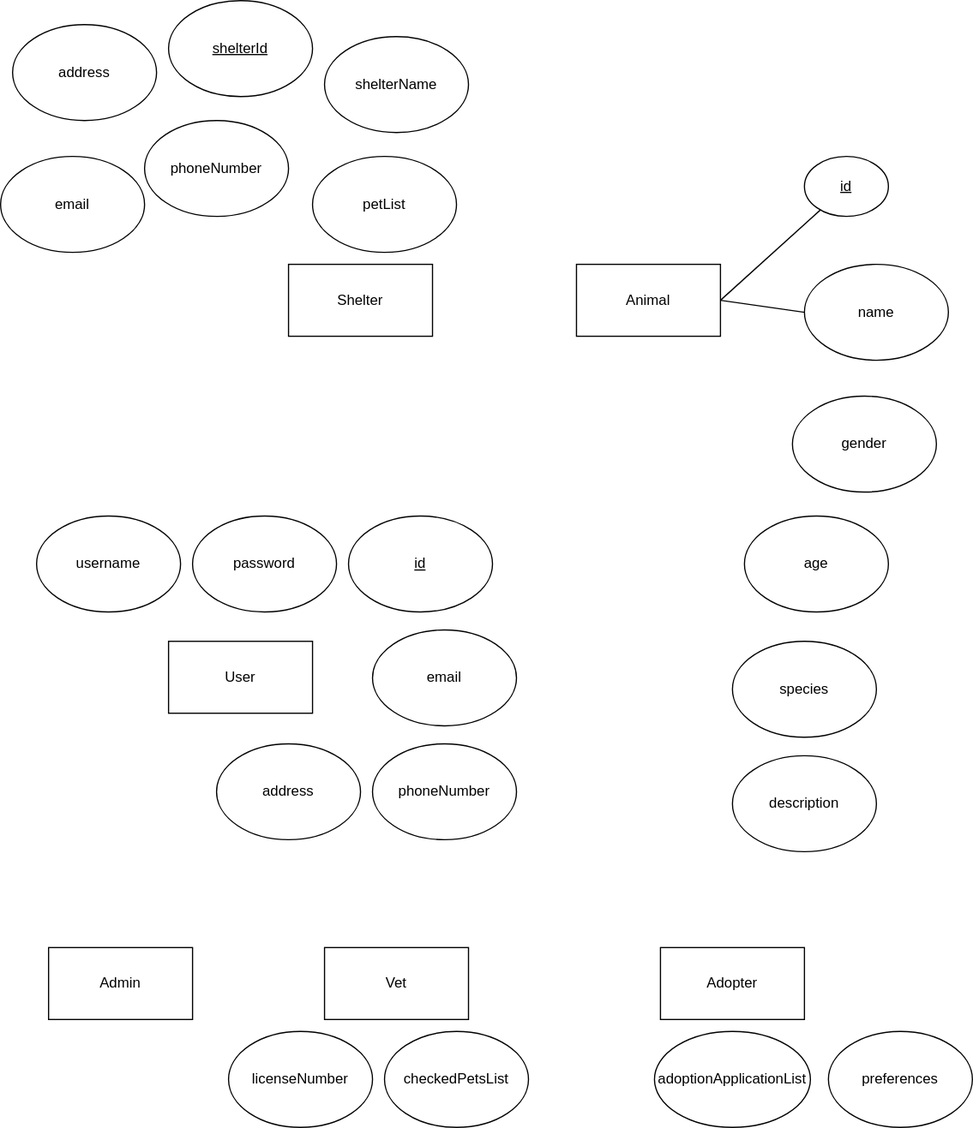
This is ERdiagram.drawio.svg from Thomaskald/DistributedSystems, a draw.io export, as it was before one commit. Source tidied: cells renumbered, new cells last; positions are measured from the earlier drawing's top-left corner, leaving out a move shared by most shapes.
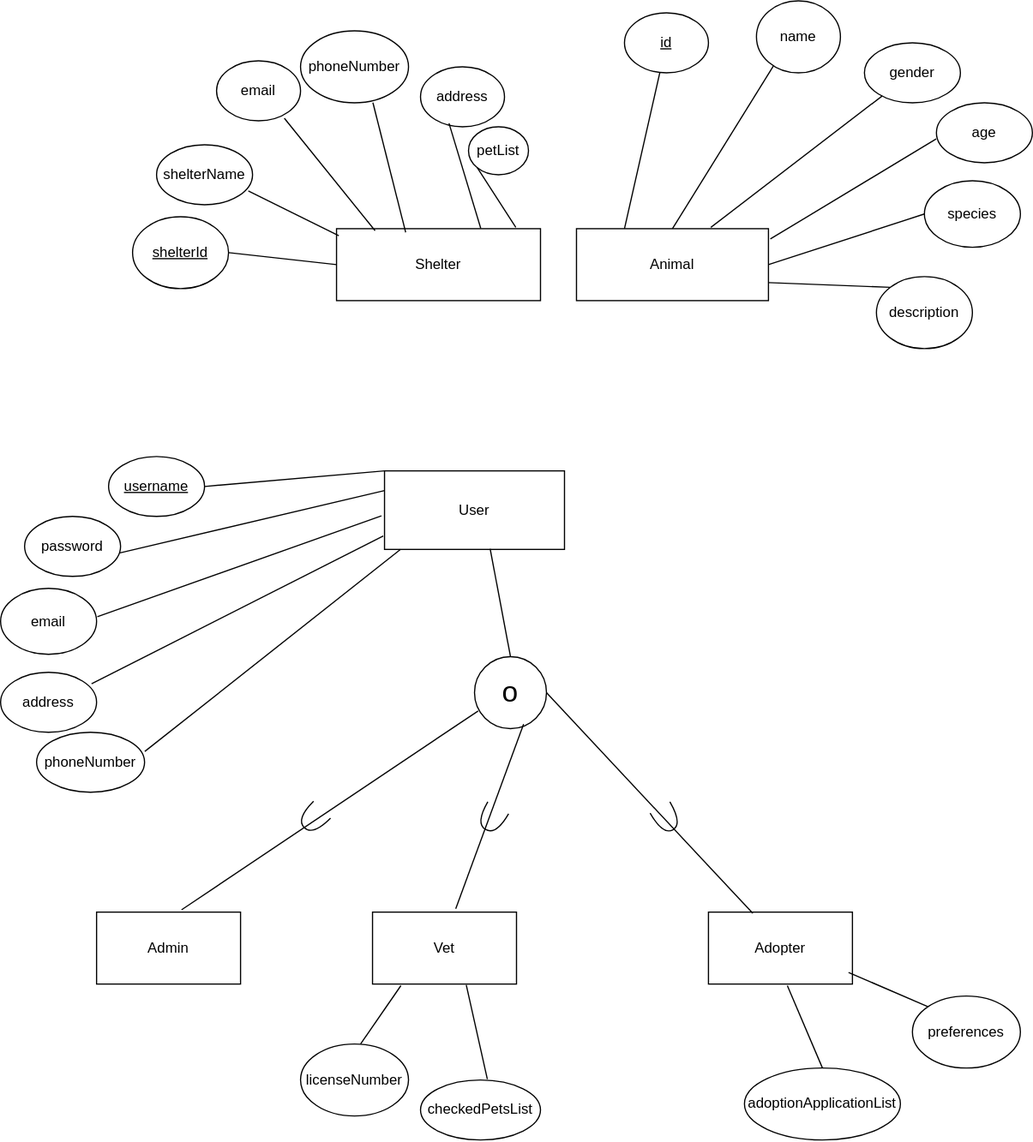
After the commit.

Change to the diagram source:
```diff
@@ -1,75 +1,72 @@
-<mxGraphModel>
+<mxGraphModel background="#ffffff">
   <root>
     <mxCell id="0" />
     <mxCell id="1" parent="0" />
     <mxCell id="2" value="Shelter" style="rounded=0;whiteSpace=wrap;html=1;" parent="1" vertex="1">
-      <mxGeometry x="240" y="220" width="120" height="60" as="geometry" />
+      <mxGeometry x="240" y="220" width="170" height="60" as="geometry" />
     </mxCell>
     <mxCell id="3" value="Animal" style="rounded=0;whiteSpace=wrap;html=1;" parent="1" vertex="1">
-      <mxGeometry x="480" y="220" width="120" height="60" as="geometry" />
+      <mxGeometry x="440" y="220" width="160" height="60" as="geometry" />
     </mxCell>
     <mxCell id="4" value="&lt;u&gt;id&lt;/u&gt;" style="ellipse;whiteSpace=wrap;html=1;" parent="1" vertex="1">
-      <mxGeometry x="670" y="130" width="70" height="50" as="geometry" />
+      <mxGeometry x="480" y="40" width="70" height="50" as="geometry" />
     </mxCell>
     <mxCell id="5" value="name" style="ellipse;whiteSpace=wrap;html=1;" parent="1" vertex="1">
-      <mxGeometry x="670" y="220" width="120" height="80" as="geometry" />
+      <mxGeometry x="590" y="30" width="70" height="60" as="geometry" />
     </mxCell>
     <mxCell id="6" value="gender" style="ellipse;whiteSpace=wrap;html=1;" parent="1" vertex="1">
-      <mxGeometry x="660" y="330" width="120" height="80" as="geometry" />
+      <mxGeometry x="680" y="65" width="80" height="50" as="geometry" />
     </mxCell>
     <mxCell id="7" value="age" style="ellipse;whiteSpace=wrap;html=1;" parent="1" vertex="1">
-      <mxGeometry x="620" y="430" width="120" height="80" as="geometry" />
+      <mxGeometry x="740" y="115" width="80" height="50" as="geometry" />
     </mxCell>
     <mxCell id="8" value="species" style="ellipse;whiteSpace=wrap;html=1;" parent="1" vertex="1">
-      <mxGeometry x="610" y="534.5" width="120" height="80" as="geometry" />
+      <mxGeometry x="730" y="180" width="80" height="55.5" as="geometry" />
     </mxCell>
     <mxCell id="9" value="description" style="ellipse;whiteSpace=wrap;html=1;" parent="1" vertex="1">
-      <mxGeometry x="610" y="630" width="120" height="80" as="geometry" />
+      <mxGeometry x="690" y="260" width="80" height="60" as="geometry" />
     </mxCell>
-    <mxCell id="10" style="endArrow=none;html=1;rounded=0;exitX=1;exitY=0.5;exitDx=0;exitDy=0;" parent="1" edge="1" source="3" target="4">
+    <mxCell id="10" style="endArrow=none;html=1;rounded=0;exitX=0.25;exitY=0;exitDx=0;exitDy=0;" parent="1" edge="1" source="3" target="4">
       <mxGeometry relative="1" as="geometry" />
     </mxCell>
-    <mxCell id="11" style="endArrow=none;html=1;rounded=0;entryX=0;entryY=0.5;entryDx=0;entryDy=0;exitX=1;exitY=0.5;exitDx=0;exitDy=0;" parent="1" edge="1" source="3" target="5">
+    <mxCell id="11" style="endArrow=none;html=1;rounded=0;entryX=0.201;entryY=0.905;entryDx=0;entryDy=0;exitX=0.5;exitY=0;exitDx=0;exitDy=0;entryPerimeter=0;" parent="1" edge="1" source="3" target="5">
       <mxGeometry relative="1" as="geometry" />
     </mxCell>
     <mxCell id="12" value="shelterName" style="ellipse;whiteSpace=wrap;html=1;" parent="1" vertex="1">
-      <mxGeometry x="270" y="30" width="120" height="80" as="geometry" />
+      <mxGeometry x="90" y="150" width="80" height="50" as="geometry" />
     </mxCell>
     <mxCell id="13" value="&lt;u&gt;shelterId&lt;/u&gt;" style="ellipse;whiteSpace=wrap;html=1;" parent="1" vertex="1">
-      <mxGeometry x="140" width="120" height="80" as="geometry" />
+      <mxGeometry x="70" y="210" width="80" height="60" as="geometry" />
     </mxCell>
     <mxCell id="14" value="address" style="ellipse;whiteSpace=wrap;html=1;" parent="1" vertex="1">
-      <mxGeometry x="10" y="20" width="120" height="80" as="geometry" />
+      <mxGeometry x="310" y="85" width="70" height="50" as="geometry" />
     </mxCell>
     <mxCell id="15" value="phoneNumber" style="ellipse;whiteSpace=wrap;html=1;" parent="1" vertex="1">
-      <mxGeometry x="120" y="100" width="120" height="80" as="geometry" />
+      <mxGeometry x="210" y="55" width="90" height="60" as="geometry" />
     </mxCell>
     <mxCell id="16" value="email" style="ellipse;whiteSpace=wrap;html=1;" parent="1" vertex="1">
-      <mxGeometry y="130" width="120" height="80" as="geometry" />
+      <mxGeometry x="140" y="80" width="70" height="50" as="geometry" />
     </mxCell>
     <mxCell id="17" value="petList" style="ellipse;whiteSpace=wrap;html=1;" parent="1" vertex="1">
-      <mxGeometry x="260" y="130" width="120" height="80" as="geometry" />
+      <mxGeometry x="350" y="135" width="50" height="40" as="geometry" />
     </mxCell>
     <mxCell id="18" value="User" style="rounded=0;whiteSpace=wrap;html=1;" parent="1" vertex="1">
-      <mxGeometry x="140" y="534.5" width="120" height="60" as="geometry" />
+      <mxGeometry x="280" y="422" width="150" height="65.5" as="geometry" />
     </mxCell>
-    <mxCell id="19" value="username" style="ellipse;whiteSpace=wrap;html=1;" parent="1" vertex="1">
-      <mxGeometry x="30" y="430" width="120" height="80" as="geometry" />
+    <mxCell id="19" value="&lt;u&gt;username&lt;/u&gt;" style="ellipse;whiteSpace=wrap;html=1;" parent="1" vertex="1">
+      <mxGeometry x="50" y="410" width="80" height="50" as="geometry" />
     </mxCell>
     <mxCell id="20" value="password&lt;span style=&quot;color: rgba(0, 0, 0, 0); font-family: monospace; font-size: 0px; text-align: start; text-wrap-mode: nowrap;&quot;&gt;%3CmxGraphModel%3E%3Croot%3E%3CmxCell%20id%3D%220%22%2F%3E%3CmxCell%20id%3D%221%22%20parent%3D%220%22%2F%3E%3CmxCell%20id%3D%222%22%20value%3D%22address%22%20style%3D%22ellipse%3BwhiteSpace%3Dwrap%3Bhtml%3D1%3B%22%20vertex%3D%221%22%20parent%3D%221%22%3E%3CmxGeometry%20x%3D%2230%22%20y%3D%22210%22%20width%3D%22120%22%20height%3D%2280%22%20as%3D%22geometry%22%2F%3E%3C%2FmxCell%3E%3C%2Froot%3E%3C%2FmxGraphModel%3E&lt;/span&gt;" style="ellipse;whiteSpace=wrap;html=1;" parent="1" vertex="1">
-      <mxGeometry x="160" y="430" width="120" height="80" as="geometry" />
+      <mxGeometry x="-20" y="460" width="80" height="50" as="geometry" />
     </mxCell>
-    <mxCell id="21" value="&lt;u&gt;id&lt;/u&gt;" style="ellipse;whiteSpace=wrap;html=1;" parent="1" vertex="1">
-      <mxGeometry x="290" y="430" width="120" height="80" as="geometry" />
-    </mxCell>
     <mxCell id="22" value="email" style="ellipse;whiteSpace=wrap;html=1;" parent="1" vertex="1">
-      <mxGeometry x="310" y="525" width="120" height="80" as="geometry" />
+      <mxGeometry x="-40" y="520" width="80" height="55" as="geometry" />
     </mxCell>
     <mxCell id="23" value="phoneNumber" style="ellipse;whiteSpace=wrap;html=1;" parent="1" vertex="1">
-      <mxGeometry x="310" y="620" width="120" height="80" as="geometry" />
+      <mxGeometry x="-10" y="640" width="90" height="50" as="geometry" />
     </mxCell>
     <mxCell id="24" value="address" style="ellipse;whiteSpace=wrap;html=1;" parent="1" vertex="1">
-      <mxGeometry x="180" y="620" width="120" height="80" as="geometry" />
+      <mxGeometry x="-40" y="590" width="80" height="50" as="geometry" />
     </mxCell>
     <mxCell id="25" value="Admin" style="rounded=0;whiteSpace=wrap;html=1;" parent="1" vertex="1">
       <mxGeometry x="40" y="790" width="120" height="60" as="geometry" />
@@ -78,19 +75,100 @@
       <mxGeometry x="270" y="790" width="120" height="60" as="geometry" />
     </mxCell>
     <mxCell id="27" value="licenseNumber" style="ellipse;whiteSpace=wrap;html=1;" parent="1" vertex="1">
-      <mxGeometry x="190" y="860" width="120" height="80" as="geometry" />
+      <mxGeometry x="210" y="900" width="90" height="60" as="geometry" />
     </mxCell>
     <mxCell id="28" value="checkedPetsList" style="ellipse;whiteSpace=wrap;html=1;" parent="1" vertex="1">
-      <mxGeometry x="320" y="860" width="120" height="80" as="geometry" />
+      <mxGeometry x="310" y="930" width="100" height="50" as="geometry" />
     </mxCell>
     <mxCell id="29" value="Adopter" style="rounded=0;whiteSpace=wrap;html=1;" parent="1" vertex="1">
       <mxGeometry x="550" y="790" width="120" height="60" as="geometry" />
     </mxCell>
     <mxCell id="30" value="preferences" style="ellipse;whiteSpace=wrap;html=1;" parent="1" vertex="1">
-      <mxGeometry x="690" y="860" width="120" height="80" as="geometry" />
+      <mxGeometry x="720" y="860" width="90" height="60" as="geometry" />
     </mxCell>
     <mxCell id="31" value="adoptionApplicationList" style="ellipse;whiteSpace=wrap;html=1;" parent="1" vertex="1">
-      <mxGeometry x="545" y="860" width="130" height="80" as="geometry" />
+      <mxGeometry x="580" y="920" width="130" height="60" as="geometry" />
     </mxCell>
+    <mxCell id="32" style="endArrow=none;html=1;rounded=0;exitX=0.7;exitY=-0.018;exitDx=0;exitDy=0;exitPerimeter=0;" parent="1" edge="1" source="3" target="6">
+      <mxGeometry relative="1" as="geometry" />
+    </mxCell>
+    <mxCell id="33" style="endArrow=none;html=1;rounded=0;entryX=-0.002;entryY=0.603;entryDx=0;entryDy=0;exitX=1.01;exitY=0.143;exitDx=0;exitDy=0;entryPerimeter=0;exitPerimeter=0;" parent="1" edge="1" source="3" target="7">
+      <mxGeometry relative="1" as="geometry" />
+    </mxCell>
+    <mxCell id="34" style="endArrow=none;html=1;rounded=0;entryX=0;entryY=0.5;entryDx=0;entryDy=0;exitX=1;exitY=0.5;exitDx=0;exitDy=0;" parent="1" edge="1" source="3" target="8">
+      <mxGeometry relative="1" as="geometry" />
+    </mxCell>
+    <mxCell id="35" style="endArrow=none;html=1;rounded=0;entryX=0;entryY=0;entryDx=0;entryDy=0;exitX=1;exitY=0.75;exitDx=0;exitDy=0;" parent="1" edge="1" source="3" target="9">
+      <mxGeometry relative="1" as="geometry" />
+    </mxCell>
+    <mxCell id="36" style="endArrow=none;html=1;rounded=0;exitX=0;exitY=0.5;exitDx=0;exitDy=0;entryX=1;entryY=0.5;entryDx=0;entryDy=0;" parent="1" edge="1" source="2" target="13">
+      <mxGeometry relative="1" as="geometry" />
+    </mxCell>
+    <mxCell id="37" style="endArrow=none;html=1;rounded=0;exitX=0.011;exitY=0.097;exitDx=0;exitDy=0;entryX=0.956;entryY=0.772;entryDx=0;entryDy=0;exitPerimeter=0;entryPerimeter=0;" parent="1" edge="1" source="2" target="12">
+      <mxGeometry relative="1" as="geometry" />
+    </mxCell>
+    <mxCell id="38" style="endArrow=none;html=1;rounded=0;exitX=0.189;exitY=0.028;exitDx=0;exitDy=0;entryX=0.807;entryY=0.958;entryDx=0;entryDy=0;exitPerimeter=0;entryPerimeter=0;" parent="1" edge="1" source="2" target="16">
+      <mxGeometry relative="1" as="geometry" />
+    </mxCell>
+    <mxCell id="39" style="endArrow=none;html=1;rounded=0;exitX=0.67;exitY=0.997;exitDx=0;exitDy=0;entryX=0.339;entryY=0.051;entryDx=0;entryDy=0;exitPerimeter=0;entryPerimeter=0;" parent="1" edge="1" source="15" target="2">
+      <mxGeometry relative="1" as="geometry" />
+    </mxCell>
+    <mxCell id="40" style="endArrow=none;html=1;rounded=0;exitX=0.339;exitY=0.941;exitDx=0;exitDy=0;entryX=0.707;entryY=-0.006;entryDx=0;entryDy=0;exitPerimeter=0;entryPerimeter=0;" parent="1" edge="1" source="14" target="2">
+      <mxGeometry relative="1" as="geometry" />
+    </mxCell>
+    <mxCell id="41" style="endArrow=none;html=1;rounded=0;exitX=0;exitY=1;exitDx=0;exitDy=0;entryX=0.879;entryY=-0.018;entryDx=0;entryDy=0;entryPerimeter=0;" parent="1" edge="1" source="17" target="2">
+      <mxGeometry relative="1" as="geometry" />
+    </mxCell>
+    <mxCell id="42" style="endArrow=none;html=1;rounded=0;exitX=0;exitY=0;exitDx=0;exitDy=0;entryX=1;entryY=0.5;entryDx=0;entryDy=0;" parent="1" edge="1" source="18" target="19">
+      <mxGeometry relative="1" as="geometry" />
+    </mxCell>
+    <mxCell id="43" style="endArrow=none;html=1;rounded=0;exitX=0;exitY=0.25;exitDx=0;exitDy=0;entryX=0.993;entryY=0.608;entryDx=0;entryDy=0;entryPerimeter=0;" parent="1" edge="1" source="18" target="20">
+      <mxGeometry relative="1" as="geometry" />
+    </mxCell>
+    <mxCell id="44" style="endArrow=none;html=1;rounded=0;exitX=-0.017;exitY=0.573;exitDx=0;exitDy=0;entryX=1.008;entryY=0.429;entryDx=0;entryDy=0;entryPerimeter=0;exitPerimeter=0;" parent="1" edge="1" source="18" target="22">
+      <mxGeometry relative="1" as="geometry" />
+    </mxCell>
+    <mxCell id="45" style="endArrow=none;html=1;rounded=0;exitX=-0.007;exitY=0.829;exitDx=0;exitDy=0;entryX=0.948;entryY=0.192;entryDx=0;entryDy=0;entryPerimeter=0;exitPerimeter=0;" parent="1" edge="1" source="18" target="24">
+      <mxGeometry relative="1" as="geometry" />
+    </mxCell>
+    <mxCell id="46" style="endArrow=none;html=1;rounded=0;exitX=0.089;exitY=1;exitDx=0;exitDy=0;entryX=1.002;entryY=0.32;entryDx=0;entryDy=0;entryPerimeter=0;exitPerimeter=0;" parent="1" edge="1" source="18" target="23">
+      <mxGeometry relative="1" as="geometry" />
+    </mxCell>
+    <mxCell id="47" style="endArrow=none;html=1;rounded=0;exitX=0.197;exitY=1.022;exitDx=0;exitDy=0;entryX=0.556;entryY=0;entryDx=0;entryDy=0;entryPerimeter=0;exitPerimeter=0;" parent="1" edge="1" source="26" target="27">
+      <mxGeometry relative="1" as="geometry" />
+    </mxCell>
+    <mxCell id="48" style="endArrow=none;html=1;rounded=0;exitX=0.651;exitY=1.011;exitDx=0;exitDy=0;entryX=0.557;entryY=-0.015;entryDx=0;entryDy=0;entryPerimeter=0;exitPerimeter=0;" parent="1" edge="1" source="26" target="28">
+      <mxGeometry relative="1" as="geometry" />
+    </mxCell>
+    <mxCell id="49" style="endArrow=none;html=1;rounded=0;exitX=0.5;exitY=0;exitDx=0;exitDy=0;entryX=0.548;entryY=1.022;entryDx=0;entryDy=0;entryPerimeter=0;" parent="1" edge="1" source="31" target="29">
+      <mxGeometry relative="1" as="geometry" />
+    </mxCell>
+    <mxCell id="50" style="endArrow=none;html=1;rounded=0;exitX=0;exitY=0;exitDx=0;exitDy=0;entryX=0.973;entryY=0.839;entryDx=0;entryDy=0;entryPerimeter=0;" parent="1" edge="1" source="30" target="29">
+      <mxGeometry relative="1" as="geometry" />
+    </mxCell>
+    <mxCell id="51" value="&lt;font style=&quot;font-size: 24px;&quot;&gt;o&lt;/font&gt;" style="ellipse;whiteSpace=wrap;html=1;" parent="1" vertex="1">
+      <mxGeometry x="355" y="577" width="60" height="60" as="geometry" />
+    </mxCell>
+    <mxCell id="52" style="endArrow=none;html=1;rounded=0;entryX=0.051;entryY=0.753;entryDx=0;entryDy=0;entryPerimeter=0;exitX=0.59;exitY=-0.032;exitDx=0;exitDy=0;exitPerimeter=0;" parent="1" edge="1" source="25" target="51">
+      <mxGeometry relative="1" as="geometry" />
+    </mxCell>
+    <mxCell id="53" style="endArrow=none;html=1;rounded=0;entryX=0.682;entryY=0.938;entryDx=0;entryDy=0;entryPerimeter=0;exitX=0.578;exitY=-0.048;exitDx=0;exitDy=0;exitPerimeter=0;" parent="1" edge="1" source="26" target="51">
+      <mxGeometry relative="1" as="geometry" />
+    </mxCell>
+    <mxCell id="54" style="endArrow=none;html=1;rounded=0;exitX=0.308;exitY=0.017;exitDx=0;exitDy=0;exitPerimeter=0;entryX=1;entryY=0.5;entryDx=0;entryDy=0;" parent="1" edge="1" source="29" target="51">
+      <mxGeometry relative="1" as="geometry" />
+    </mxCell>
+    <mxCell id="55" style="endArrow=none;html=1;rounded=0;exitX=0.587;exitY=0.992;exitDx=0;exitDy=0;entryX=0.5;entryY=0;entryDx=0;entryDy=0;exitPerimeter=0;" parent="1" edge="1" source="18" target="51">
+      <mxGeometry relative="1" as="geometry" />
+    </mxCell>
+    <mxCell id="56" style="shape=requiredInterface;html=1;verticalLabelPosition=bottom;sketch=0;rotation=-225;" parent="1" vertex="1">
+      <mxGeometry x="210" y="702" width="21" height="20" as="geometry" />
+    </mxCell>
+    <mxCell id="57" style="shape=requiredInterface;html=1;verticalLabelPosition=bottom;sketch=0;rotation=120;" parent="1" vertex="1">
+      <mxGeometry x="359" y="702" width="21" height="20" as="geometry" />
+    </mxCell>
+    <mxCell id="58" style="shape=requiredInterface;html=1;verticalLabelPosition=bottom;sketch=0;rotation=60;" parent="1" vertex="1">
+      <mxGeometry x="504.2" y="702.5" width="21.6" height="19" as="geometry" />
+    </mxCell>
   </root>
 </mxGraphModel>
```
